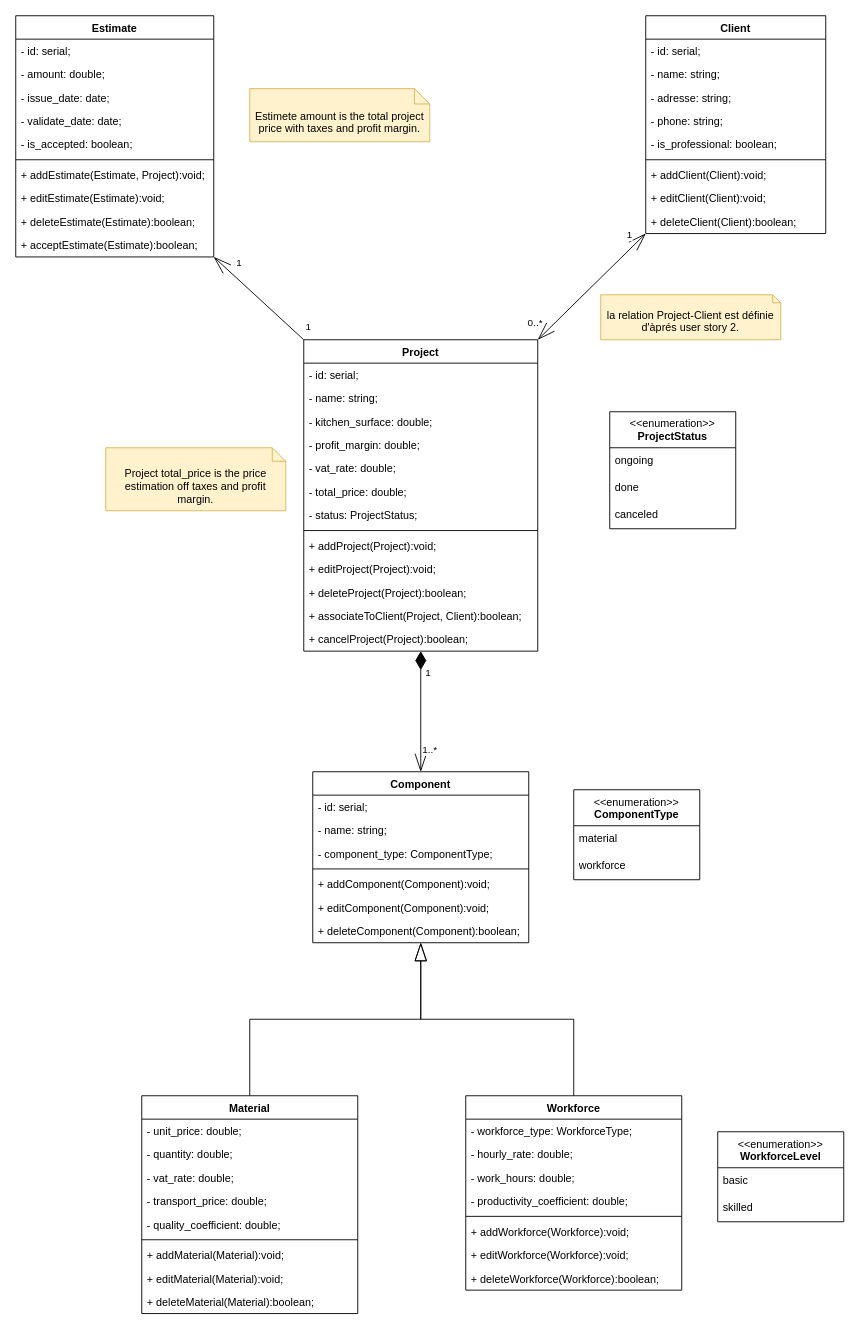
The draw.io diagram BatiCuisine.drawio in berghach/BatiCuisine, before the edit. Source tidied: cells renumbered, new cells numbered last; positions are measured from the earlier drawing's top-left corner, leaving out a move shared by most shapes. Both pictures are drawn from the tidied source at 90%, with x=0, y=0 at pixel (15, 15).
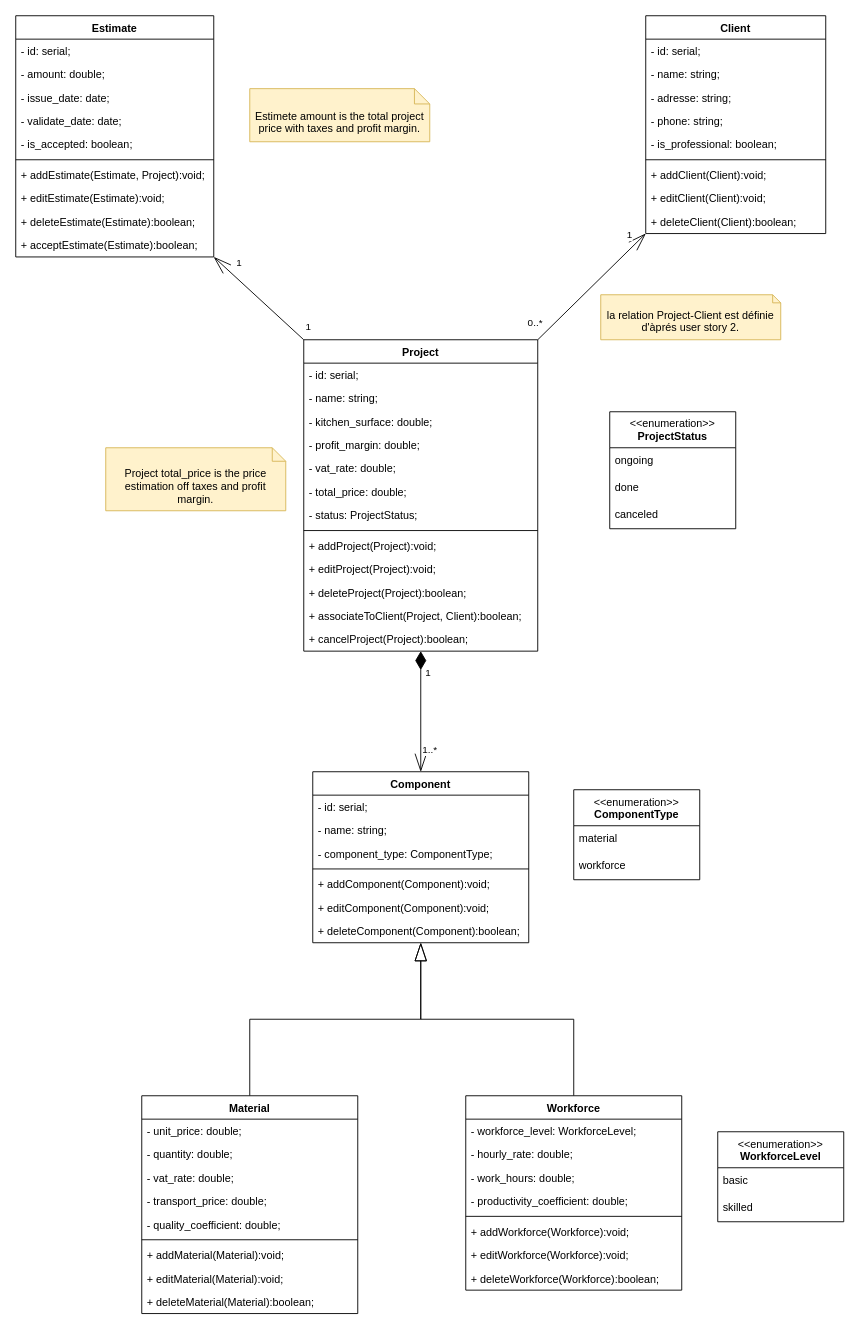
After the change.

The change refers to these unchanged cells:
```xml
<mxCell id="5" value="Project" style="swimlane;fontStyle=1;align=center;verticalAlign=top;horizontal=1;startSize=26;whiteSpace=wrap;html=1;" parent="1" vertex="1">
  <mxGeometry x="320" y="360" width="260" height="346" as="geometry" />
</mxCell>
<mxCell id="49" value="Workforce" style="swimlane;fontStyle=1;align=center;verticalAlign=top;horizontal=1;startSize=26;whiteSpace=wrap;html=1;" parent="1" vertex="1">
  <mxGeometry x="500" y="1200" width="240" height="216" as="geometry" />
</mxCell>
<mxCell id="64" value="Client" style="swimlane;fontStyle=1;align=center;verticalAlign=top;horizontal=1;startSize=26;whiteSpace=wrap;html=1;" parent="1" vertex="1">
  <mxGeometry x="700" width="200" height="242" as="geometry" />
</mxCell>
```

Change to the diagram source:
```diff
@@
-    <mxCell id="50" value="- workforce_type: WorkforceType;" style="text;strokeColor=none;fillColor=none;align=left;verticalAlign=top;spacingLeft=4;spacingRight=4;overflow=hidden;whiteSpace=wrap;html=1;" parent="49" vertex="1">
+    <mxCell id="50" value="- workforce_level: WorkforceLevel;" style="text;strokeColor=none;fillColor=none;align=left;verticalAlign=top;spacingLeft=4;spacingRight=4;overflow=hidden;whiteSpace=wrap;html=1;" parent="49" vertex="1">
       <mxGeometry y="26" width="240" height="26" as="geometry" />
     </mxCell>
@@
-    <mxCell id="61" style="rounded=0;jettySize=auto;html=1;exitX=0;exitY=1;exitDx=0;exitDy=0;entryX=1;entryY=0;entryDx=0;entryDy=0;endArrow=openThin;endFill=0;startArrow=openThin;startFill=0;endSize=18;startSize=18;" parent="1" edge="1" source="64" target="5">
+    <mxCell id="61" style="rounded=0;jettySize=auto;html=1;exitX=0;exitY=1;exitDx=0;exitDy=0;entryX=1;entryY=0;entryDx=0;entryDy=0;endArrow=none;endFill=0;startArrow=openThin;startFill=0;endSize=18;startSize=18;" parent="1" edge="1" source="64" target="5">
       <mxGeometry relative="1" as="geometry" />
     </mxCell>
```
